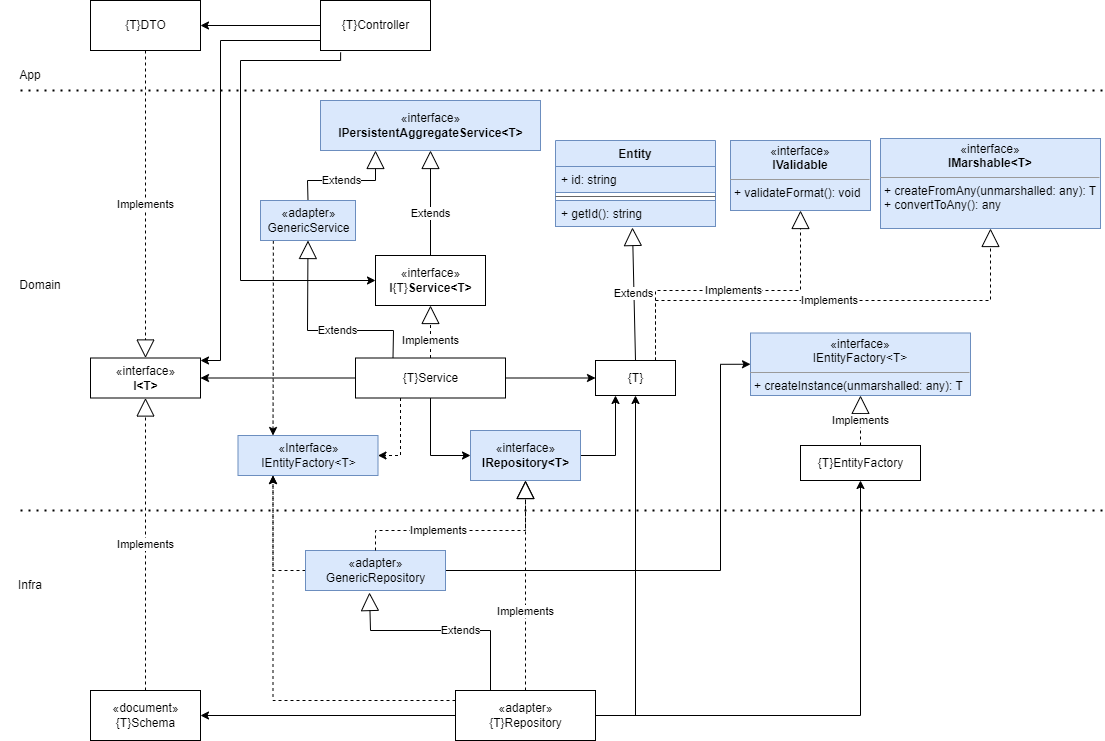
This is doc/img/hexa3-levels_general-class-diagram.png from dariopalminio/hexa-three-levels, a draw.io export, as it was before one commit. Source tidied: cells renumbered, new cells last; positions are measured from the earlier drawing's top-left corner, leaving out a move shared by most shapes. Source of this version:
```xml
<mxGraphModel>
  <root>
    <mxCell id="0" />
    <mxCell id="1" parent="0" />
    <mxCell id="2" style="edgeStyle=orthogonalEdgeStyle;rounded=0;jettySize=auto;html=1;entryX=0.25;entryY=1;entryDx=0;entryDy=0;exitX=1;exitY=0.5;exitDx=0;exitDy=0;" parent="1" edge="1" source="3" target="11">
      <mxGeometry relative="1" as="geometry" />
    </mxCell>
    <mxCell id="3" value="«interface»&lt;br&gt;&lt;b&gt;IRepository&amp;lt;T&amp;gt;&lt;/b&gt;" style="html=1;fillColor=#dae8fc;strokeColor=#6c8ebf;" parent="1" vertex="1">
      <mxGeometry x="470" y="430" width="110" height="50" as="geometry" />
    </mxCell>
    <mxCell id="4" style="edgeStyle=orthogonalEdgeStyle;rounded=0;jettySize=auto;html=1;entryX=1;entryY=0.5;entryDx=0;entryDy=0;" parent="1" edge="1" source="9" target="19">
      <mxGeometry relative="1" as="geometry">
        <Array as="points">
          <mxPoint x="200" y="715" />
        </Array>
      </mxGeometry>
    </mxCell>
    <mxCell id="5" style="edgeStyle=orthogonalEdgeStyle;rounded=0;jettySize=auto;html=1;entryX=0.5;entryY=1;entryDx=0;entryDy=0;exitX=1;exitY=0.5;exitDx=0;exitDy=0;" parent="1" edge="1" source="9" target="11">
      <mxGeometry relative="1" as="geometry">
        <Array as="points">
          <mxPoint x="635" y="715" />
        </Array>
      </mxGeometry>
    </mxCell>
    <mxCell id="6" style="edgeStyle=orthogonalEdgeStyle;rounded=0;jettySize=auto;html=1;entryX=0.25;entryY=1;entryDx=0;entryDy=0;dashed=1;" parent="1" edge="1" source="9" target="52">
      <mxGeometry relative="1" as="geometry">
        <Array as="points">
          <mxPoint x="273" y="700" />
        </Array>
      </mxGeometry>
    </mxCell>
    <mxCell id="7" style="edgeStyle=orthogonalEdgeStyle;rounded=0;jettySize=auto;html=1;entryX=0;entryY=0.5;entryDx=0;entryDy=0;exitX=1;exitY=0.5;exitDx=0;exitDy=0;" parent="1" edge="1" source="45" target="53">
      <mxGeometry relative="1" as="geometry">
        <Array as="points">
          <mxPoint x="720" y="570" />
          <mxPoint x="720" y="364" />
        </Array>
      </mxGeometry>
    </mxCell>
    <mxCell id="8" style="edgeStyle=orthogonalEdgeStyle;rounded=0;jettySize=auto;html=1;entryX=0.5;entryY=1;entryDx=0;entryDy=0;" parent="1" edge="1" source="9" target="54">
      <mxGeometry relative="1" as="geometry" />
    </mxCell>
    <mxCell id="9" value="«adapter»&lt;br&gt;{T}Repository" style="html=1;" parent="1" vertex="1">
      <mxGeometry x="455" y="690" width="140" height="50" as="geometry" />
    </mxCell>
    <mxCell id="10" value="Implements" style="endArrow=block;endSize=16;endFill=0;html=1;rounded=0;dashed=1;exitX=0.5;exitY=0;exitDx=0;exitDy=0;" parent="1" edge="1" source="9" target="3">
      <mxGeometry x="-0.25" relative="1" as="geometry">
        <Array as="points">
          <mxPoint x="525" y="530" />
        </Array>
      </mxGeometry>
    </mxCell>
    <mxCell id="11" value="{T}" style="html=1;" parent="1" vertex="1">
      <mxGeometry x="595" y="360" width="80" height="35" as="geometry" />
    </mxCell>
    <mxCell id="12" value="Extends" style="endArrow=block;endSize=16;endFill=0;html=1;rounded=0;entryX=0.481;entryY=1.038;entryDx=0;entryDy=0;exitX=0.5;exitY=0;exitDx=0;exitDy=0;entryPerimeter=0;" parent="1" edge="1" source="11" target="16">
      <mxGeometry relative="1" as="geometry" />
    </mxCell>
    <mxCell id="13" value="Entity" style="swimlane;fontStyle=1;align=center;verticalAlign=top;horizontal=1;startSize=26;fillColor=#dae8fc;strokeColor=#6c8ebf;" parent="1" vertex="1">
      <mxGeometry x="555" y="140" width="160" height="86" as="geometry" />
    </mxCell>
    <mxCell id="14" value="+ id: string" style="text;strokeColor=#6c8ebf;fillColor=#dae8fc;align=left;verticalAlign=top;spacingLeft=4;spacingRight=4;overflow=hidden;" parent="13" vertex="1">
      <mxGeometry y="26" width="160" height="26" as="geometry" />
    </mxCell>
    <mxCell id="15" style="line;strokeWidth=1;fillColor=#f5f5f5;align=left;verticalAlign=middle;spacingTop=-1;spacingLeft=3;spacingRight=3;labelPosition=right;strokeColor=#666666;fontColor=#333333;" parent="13" vertex="1">
      <mxGeometry y="52" width="160" height="8" as="geometry" />
    </mxCell>
    <mxCell id="16" value="+ getId(): string" style="text;strokeColor=#6c8ebf;fillColor=#dae8fc;align=left;verticalAlign=top;spacingLeft=4;spacingRight=4;overflow=hidden;points=[[0,0.5],[1,0.5]];portConstraint=eastwest;" parent="13" vertex="1">
      <mxGeometry y="60" width="160" height="26" as="geometry" />
    </mxCell>
    <mxCell id="17" value="Implements" style="endArrow=block;endSize=16;endFill=0;html=1;rounded=0;entryX=0.5;entryY=1;entryDx=0;entryDy=0;exitX=0.75;exitY=0;exitDx=0;exitDy=0;dashed=1;" parent="1" edge="1" source="11" target="31">
      <mxGeometry relative="1" as="geometry">
        <Array as="points">
          <mxPoint x="655" y="290" />
          <mxPoint x="800" y="290" />
        </Array>
      </mxGeometry>
    </mxCell>
    <mxCell id="18" value="Implements" style="endArrow=block;endSize=16;endFill=0;html=1;rounded=0;entryX=0.5;entryY=1;entryDx=0;entryDy=0;exitX=0.75;exitY=0;exitDx=0;exitDy=0;dashed=1;" parent="1" edge="1" source="11" target="32">
      <mxGeometry relative="1" as="geometry">
        <Array as="points">
          <mxPoint x="655" y="300" />
          <mxPoint x="990" y="300" />
        </Array>
      </mxGeometry>
    </mxCell>
    <mxCell id="19" value="«document»&lt;br&gt;{T}Schema" style="html=1;" parent="1" vertex="1">
      <mxGeometry x="90" y="690" width="110" height="50" as="geometry" />
    </mxCell>
    <mxCell id="20" style="edgeStyle=orthogonalEdgeStyle;rounded=0;jettySize=auto;html=1;entryX=0;entryY=0.5;entryDx=0;entryDy=0;" parent="1" edge="1" source="24" target="11">
      <mxGeometry relative="1" as="geometry" />
    </mxCell>
    <mxCell id="21" style="edgeStyle=orthogonalEdgeStyle;rounded=0;jettySize=auto;html=1;entryX=0;entryY=0.5;entryDx=0;entryDy=0;" parent="1" edge="1" source="24" target="3">
      <mxGeometry relative="1" as="geometry" />
    </mxCell>
    <mxCell id="22" style="edgeStyle=orthogonalEdgeStyle;rounded=0;jettySize=auto;html=1;" parent="1" edge="1" source="24" target="29">
      <mxGeometry relative="1" as="geometry" />
    </mxCell>
    <mxCell id="23" style="edgeStyle=orthogonalEdgeStyle;rounded=0;jettySize=auto;html=1;entryX=1;entryY=0.5;entryDx=0;entryDy=0;dashed=1;" parent="1" edge="1" source="24" target="52">
      <mxGeometry relative="1" as="geometry">
        <Array as="points">
          <mxPoint x="400" y="455" />
        </Array>
      </mxGeometry>
    </mxCell>
    <mxCell id="24" value="{T}Service" style="html=1;" parent="1" vertex="1">
      <mxGeometry x="355" y="357.5" width="150" height="40" as="geometry" />
    </mxCell>
    <mxCell id="25" value="«interface»&lt;br&gt;&lt;b&gt;I&lt;/b&gt;{T}&lt;b&gt;Service&amp;lt;T&amp;gt;&lt;/b&gt;" style="html=1;" parent="1" vertex="1">
      <mxGeometry x="375" y="255" width="110" height="50" as="geometry" />
    </mxCell>
    <mxCell id="26" value="«interface»&lt;br&gt;&lt;b&gt;IPersistentAggregateService&amp;lt;T&amp;gt;&lt;/b&gt;" style="html=1;fillColor=#dae8fc;strokeColor=#6c8ebf;" parent="1" vertex="1">
      <mxGeometry x="320" y="100" width="220" height="50" as="geometry" />
    </mxCell>
    <mxCell id="27" value="Extends" style="endArrow=block;endSize=16;endFill=0;html=1;rounded=0;entryX=0.5;entryY=1;entryDx=0;entryDy=0;" parent="1" edge="1" source="25" target="26">
      <mxGeometry x="-0.2" relative="1" as="geometry" />
    </mxCell>
    <mxCell id="28" value="Implements" style="endArrow=block;endSize=16;endFill=0;html=1;rounded=0;entryX=0.5;entryY=1;entryDx=0;entryDy=0;dashed=1;" parent="1" edge="1" source="24" target="25">
      <mxGeometry x="-0.33" relative="1" as="geometry" />
    </mxCell>
    <mxCell id="29" value="«interface»&lt;br&gt;&lt;b&gt;I&amp;lt;T&amp;gt;&lt;/b&gt;" style="html=1;" parent="1" vertex="1">
      <mxGeometry x="90" y="357.5" width="110" height="40" as="geometry" />
    </mxCell>
    <mxCell id="30" value="Implements" style="endArrow=block;endSize=16;endFill=0;html=1;rounded=0;entryX=0.5;entryY=1;entryDx=0;entryDy=0;exitX=0.5;exitY=0;exitDx=0;exitDy=0;dashed=1;" parent="1" edge="1" source="19" target="29">
      <mxGeometry relative="1" as="geometry" />
    </mxCell>
    <mxCell id="31" value="&lt;p style=&quot;margin:0px;margin-top:4px;text-align:center;&quot;&gt;«interface»&lt;br&gt;&lt;b&gt;IValidable&lt;/b&gt;&lt;br&gt;&lt;/p&gt;&lt;hr size=&quot;1&quot;&gt;&lt;p style=&quot;margin:0px;margin-left:4px;&quot;&gt;+ validateFormat(): void&lt;br&gt;&lt;/p&gt;" style="verticalAlign=top;align=left;overflow=fill;fontSize=12;fontFamily=Helvetica;html=1;fillColor=#dae8fc;strokeColor=#6c8ebf;" parent="1" vertex="1">
      <mxGeometry x="730" y="140" width="140" height="70" as="geometry" />
    </mxCell>
    <mxCell id="32" value="&lt;p style=&quot;margin:0px;margin-top:4px;text-align:center;&quot;&gt;«interface»&lt;br&gt;&lt;b&gt;IMarshable&amp;lt;T&amp;gt;&lt;/b&gt;&lt;br&gt;&lt;/p&gt;&lt;hr size=&quot;1&quot;&gt;&lt;p style=&quot;margin:0px;margin-left:4px;&quot;&gt;+ createFromAny(unmarshalled: any): T&lt;br&gt;&lt;/p&gt;&lt;p style=&quot;margin:0px;margin-left:4px;&quot;&gt;+ convertToAny(): any&lt;/p&gt;" style="verticalAlign=top;align=left;overflow=fill;fontSize=12;fontFamily=Helvetica;html=1;fillColor=#dae8fc;strokeColor=#6c8ebf;" parent="1" vertex="1">
      <mxGeometry x="880" y="138" width="220" height="90" as="geometry" />
    </mxCell>
    <mxCell id="33" value="{T}DTO" style="html=1;" parent="1" vertex="1">
      <mxGeometry x="90" width="110" height="50" as="geometry" />
    </mxCell>
    <mxCell id="34" value="Implements" style="endArrow=block;endSize=16;endFill=0;html=1;rounded=0;entryX=0.5;entryY=0;entryDx=0;entryDy=0;dashed=1;" parent="1" edge="1" source="33" target="29">
      <mxGeometry relative="1" as="geometry" />
    </mxCell>
    <mxCell id="35" style="endArrow=none;dashed=1;html=1;dashPattern=1 3;strokeWidth=2;rounded=0;" parent="1" edge="1">
      <mxGeometry relative="1" as="geometry">
        <mxPoint x="20" y="510" as="sourcePoint" />
        <mxPoint x="1102" y="510" as="targetPoint" />
      </mxGeometry>
    </mxCell>
    <mxCell id="36" style="endArrow=none;dashed=1;html=1;dashPattern=1 3;strokeWidth=2;rounded=0;" parent="1" edge="1">
      <mxGeometry relative="1" as="geometry">
        <mxPoint x="20" y="90" as="sourcePoint" />
        <mxPoint x="1102" y="90" as="targetPoint" />
      </mxGeometry>
    </mxCell>
    <mxCell id="37" style="edgeStyle=orthogonalEdgeStyle;rounded=0;jettySize=auto;html=1;" parent="1" edge="1" source="40" target="33">
      <mxGeometry relative="1" as="geometry" />
    </mxCell>
    <mxCell id="38" style="edgeStyle=orthogonalEdgeStyle;rounded=0;jettySize=auto;html=1;" parent="1" edge="1" source="40">
      <mxGeometry relative="1" as="geometry">
        <mxPoint x="200" y="360" as="targetPoint" />
        <Array as="points">
          <mxPoint x="220" y="40" />
          <mxPoint x="220" y="360" />
        </Array>
      </mxGeometry>
    </mxCell>
    <mxCell id="39" style="edgeStyle=orthogonalEdgeStyle;rounded=0;jettySize=auto;html=1;entryX=0;entryY=0.5;entryDx=0;entryDy=0;startArrow=none;exitX=0.183;exitY=1.037;exitDx=0;exitDy=0;exitPerimeter=0;" parent="1" edge="1" source="40" target="25">
      <mxGeometry relative="1" as="geometry">
        <Array as="points">
          <mxPoint x="340" y="60" />
          <mxPoint x="240" y="60" />
          <mxPoint x="240" y="280" />
        </Array>
      </mxGeometry>
    </mxCell>
    <mxCell id="40" value="{T}Controller" style="html=1;" parent="1" vertex="1">
      <mxGeometry x="320" width="110" height="50" as="geometry" />
    </mxCell>
    <mxCell id="41" value="Domain" style="text;html=1;strokeColor=none;fillColor=none;align=center;verticalAlign=middle;whiteSpace=wrap;rounded=0;" parent="1" vertex="1">
      <mxGeometry x="10" y="270" width="60" height="30" as="geometry" />
    </mxCell>
    <mxCell id="42" value="Infra" style="text;html=1;strokeColor=none;fillColor=none;align=center;verticalAlign=middle;whiteSpace=wrap;rounded=0;" parent="1" vertex="1">
      <mxGeometry y="570" width="60" height="30" as="geometry" />
    </mxCell>
    <mxCell id="43" value="App" style="text;html=1;strokeColor=none;fillColor=none;align=center;verticalAlign=middle;whiteSpace=wrap;rounded=0;" parent="1" vertex="1">
      <mxGeometry y="60" width="60" height="30" as="geometry" />
    </mxCell>
    <mxCell id="44" style="edgeStyle=orthogonalEdgeStyle;rounded=0;jettySize=auto;html=1;entryX=0.25;entryY=1;entryDx=0;entryDy=0;exitX=0;exitY=0.5;exitDx=0;exitDy=0;dashed=1;" parent="1" edge="1" source="45" target="52">
      <mxGeometry relative="1" as="geometry" />
    </mxCell>
    <mxCell id="45" value="«adapter»&lt;br&gt;GenericRepository" style="html=1;fillColor=#dae8fc;strokeColor=#6c8ebf;" parent="1" vertex="1">
      <mxGeometry x="305" y="550" width="140" height="40" as="geometry" />
    </mxCell>
    <mxCell id="46" value="Implements" style="endArrow=block;endSize=16;endFill=0;html=1;rounded=0;dashed=1;exitX=0.5;exitY=0;exitDx=0;exitDy=0;entryX=0.5;entryY=1;entryDx=0;entryDy=0;" parent="1" edge="1" source="45" target="3">
      <mxGeometry x="-0.25" relative="1" as="geometry">
        <Array as="points">
          <mxPoint x="375" y="530" />
          <mxPoint x="525" y="530" />
        </Array>
      </mxGeometry>
    </mxCell>
    <mxCell id="47" value="Extends" style="endArrow=block;endSize=16;endFill=0;html=1;rounded=0;entryX=0.457;entryY=1.05;entryDx=0;entryDy=0;entryPerimeter=0;exitX=0.25;exitY=0;exitDx=0;exitDy=0;" parent="1" edge="1" source="9" target="45">
      <mxGeometry x="-0.17" relative="1" as="geometry">
        <Array as="points">
          <mxPoint x="490" y="630" />
          <mxPoint x="370" y="630" />
        </Array>
      </mxGeometry>
    </mxCell>
    <mxCell id="48" value="Extends" style="endArrow=block;endSize=16;endFill=0;html=1;rounded=0;exitX=0.5;exitY=0;exitDx=0;exitDy=0;entryX=0.25;entryY=1;entryDx=0;entryDy=0;" parent="1" edge="1" source="50" target="26">
      <mxGeometry x="-0.08" relative="1" as="geometry">
        <Array as="points">
          <mxPoint x="307" y="180" />
          <mxPoint x="375" y="180" />
        </Array>
      </mxGeometry>
    </mxCell>
    <mxCell id="49" style="edgeStyle=orthogonalEdgeStyle;rounded=0;jettySize=auto;html=1;entryX=0.25;entryY=0;entryDx=0;entryDy=0;exitX=0.135;exitY=1.004;exitDx=0;exitDy=0;exitPerimeter=0;dashed=1;" parent="1" edge="1" source="50" target="52">
      <mxGeometry relative="1" as="geometry" />
    </mxCell>
    <mxCell id="50" value="«adapter»&lt;br&gt;GenericService" style="html=1;fillColor=#dae8fc;strokeColor=#6c8ebf;" parent="1" vertex="1">
      <mxGeometry x="260" y="200" width="95" height="40" as="geometry" />
    </mxCell>
    <mxCell id="51" value="Extends" style="endArrow=block;endSize=16;endFill=0;html=1;rounded=0;entryX=0.5;entryY=1;entryDx=0;entryDy=0;exitX=0.25;exitY=0;exitDx=0;exitDy=0;" parent="1" edge="1" source="24" target="50">
      <mxGeometry x="-0.17" relative="1" as="geometry">
        <Array as="points">
          <mxPoint x="393" y="330" />
          <mxPoint x="307" y="330" />
        </Array>
      </mxGeometry>
    </mxCell>
    <mxCell id="52" value="«Interface»&lt;br&gt;IEntityFactory&amp;lt;T&amp;gt;" style="html=1;fillColor=#dae8fc;strokeColor=#6c8ebf;" parent="1" vertex="1">
      <mxGeometry x="237.5" y="435" width="140" height="40" as="geometry" />
    </mxCell>
    <mxCell id="53" value="&lt;p style=&quot;margin:0px;margin-top:4px;text-align:center;&quot;&gt;«interface»&lt;br&gt;&lt;span style=&quot;&quot;&gt;IEntityFactory&amp;lt;T&amp;gt;&lt;/span&gt;&lt;br&gt;&lt;/p&gt;&lt;hr size=&quot;1&quot;&gt;&lt;p style=&quot;margin:0px;margin-left:4px;&quot;&gt;+ createInstance(unmarshalled: any): T&lt;br&gt;&lt;/p&gt;" style="verticalAlign=top;align=left;overflow=fill;fontSize=12;fontFamily=Helvetica;html=1;fillColor=#dae8fc;strokeColor=#6c8ebf;" parent="1" vertex="1">
      <mxGeometry x="750" y="332.5" width="220" height="62.5" as="geometry" />
    </mxCell>
    <mxCell id="54" value="{T}EntityFactory" style="html=1;" parent="1" vertex="1">
      <mxGeometry x="800" y="445" width="120" height="35" as="geometry" />
    </mxCell>
    <mxCell id="55" value="Implements" style="endArrow=block;endSize=16;endFill=0;html=1;rounded=0;entryX=0.5;entryY=1;entryDx=0;entryDy=0;exitX=0.5;exitY=0;exitDx=0;exitDy=0;dashed=1;" parent="1" edge="1" source="54" target="53">
      <mxGeometry relative="1" as="geometry" />
    </mxCell>
  </root>
</mxGraphModel>
```
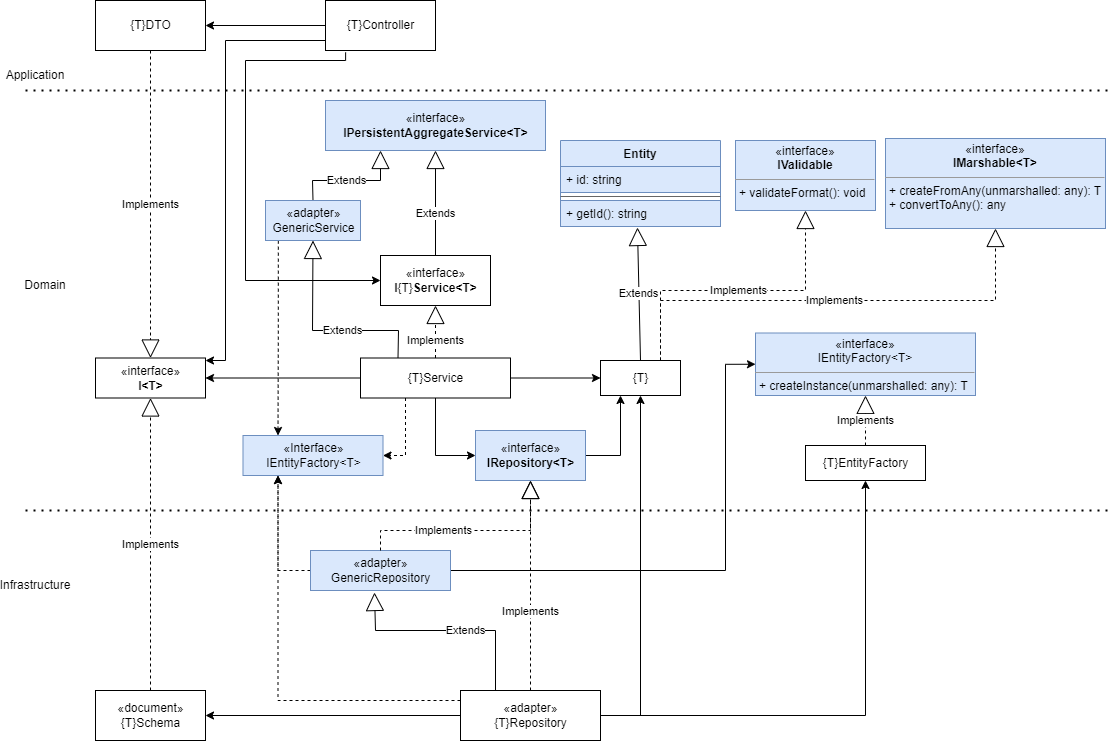
After the change.

Diff of the diagram source:
```diff
@@ -175,10 +175,10 @@
     <mxCell id="41" value="Domain" style="text;html=1;strokeColor=none;fillColor=none;align=center;verticalAlign=middle;whiteSpace=wrap;rounded=0;" parent="1" vertex="1">
       <mxGeometry x="10" y="270" width="60" height="30" as="geometry" />
     </mxCell>
-    <mxCell id="42" value="Infra" style="text;html=1;strokeColor=none;fillColor=none;align=center;verticalAlign=middle;whiteSpace=wrap;rounded=0;" parent="1" vertex="1">
+    <mxCell id="42" value="Infrastructure" style="text;html=1;strokeColor=none;fillColor=none;align=center;verticalAlign=middle;whiteSpace=wrap;rounded=0;" parent="1" vertex="1">
       <mxGeometry y="570" width="60" height="30" as="geometry" />
     </mxCell>
-    <mxCell id="43" value="App" style="text;html=1;strokeColor=none;fillColor=none;align=center;verticalAlign=middle;whiteSpace=wrap;rounded=0;" parent="1" vertex="1">
+    <mxCell id="43" value="Application" style="text;html=1;strokeColor=none;fillColor=none;align=center;verticalAlign=middle;whiteSpace=wrap;rounded=0;" parent="1" vertex="1">
       <mxGeometry y="60" width="60" height="30" as="geometry" />
     </mxCell>
     <mxCell id="44" style="edgeStyle=orthogonalEdgeStyle;rounded=0;jettySize=auto;html=1;entryX=0.25;entryY=1;entryDx=0;entryDy=0;exitX=0;exitY=0.5;exitDx=0;exitDy=0;dashed=1;" parent="1" edge="1" source="45" target="52">
```
